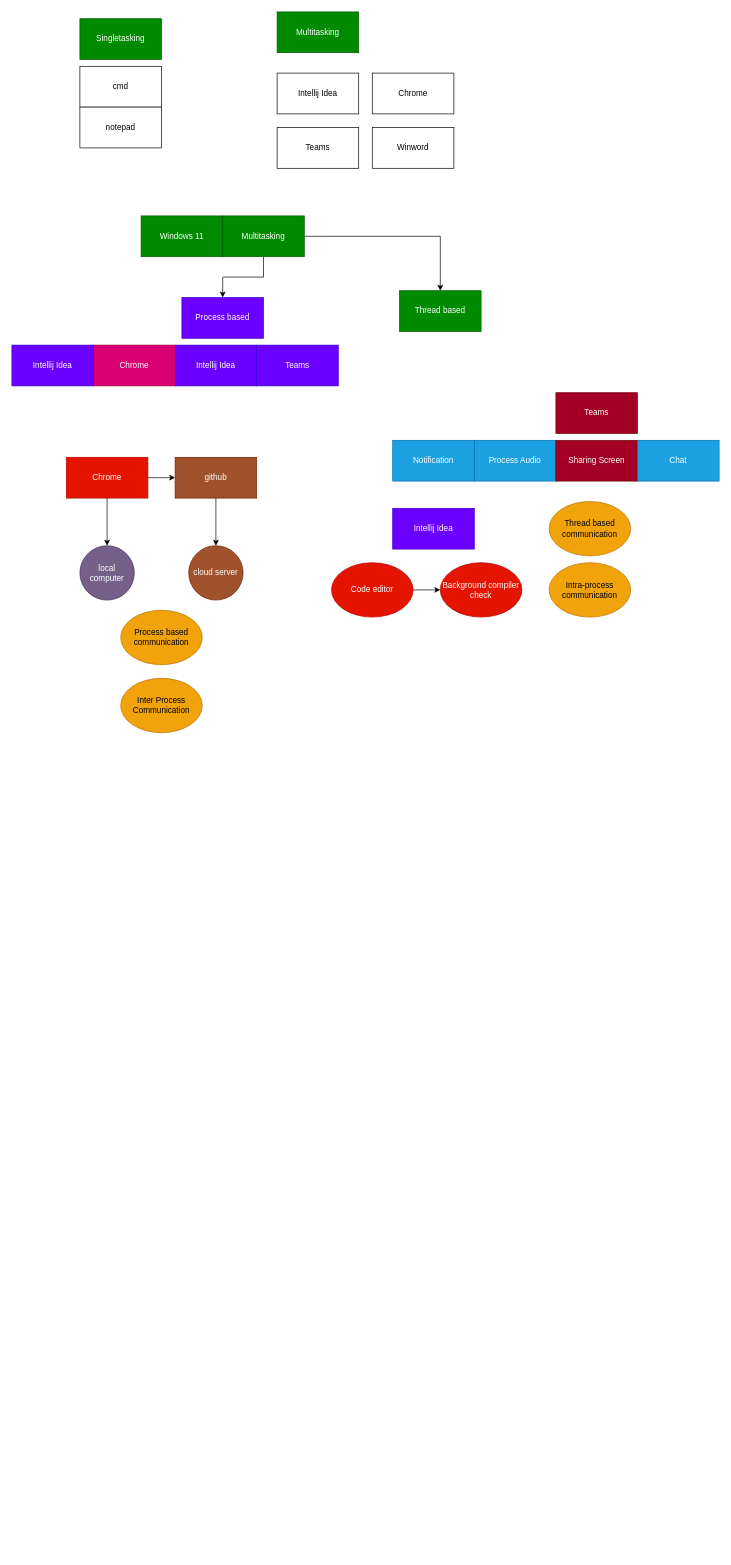
Earlier version of the draw.io diagram page "Multithreading" (12 of 12) of Diagrams/New Features Java.drawio (THRGLO02MAY2025GIT-HUB/THRGLO02MAY2025GIT-REPO). Source tidied: cells renumbered, new cells numbered last; positions are measured from the earlier drawing's top-left corner, leaving out a move shared by most shapes. Both pictures are drawn from the tidied source at 68%, with x=0, y=0 at pixel (12, 12).
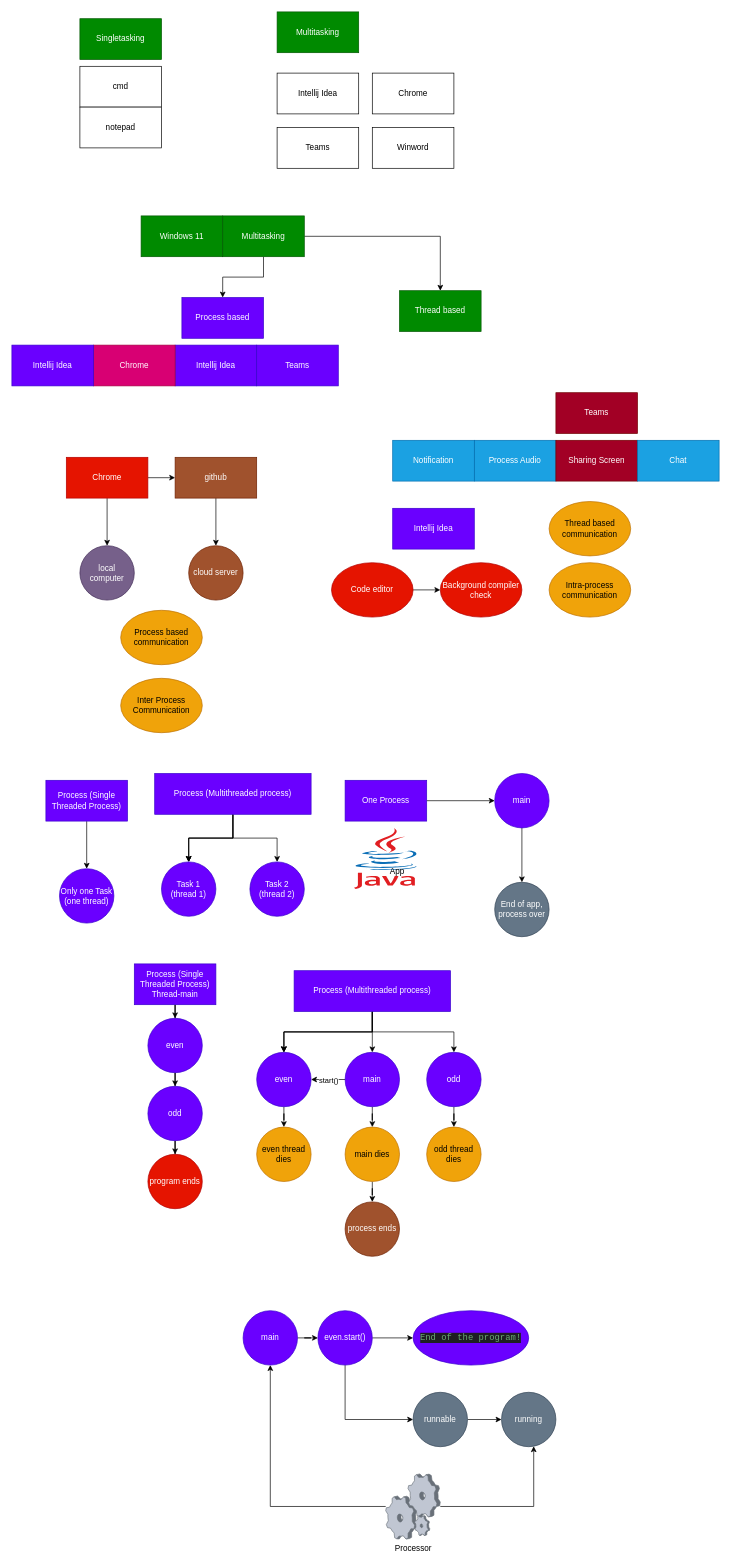
The same diagram, later.

Diff of the diagram source:
```diff
@@
+    <mxCell id="40" style="dashed=0;html=1;align=center;labelPosition=center;verticalLabelPosition=bottom;verticalAlign=top;shape=mxgraph.weblogos.java;" parent="1" vertex="1">
+      <mxGeometry x="503" y="1200" width="94" height="90" as="geometry" />
+    </mxCell>
+    <mxCell id="41" value="App" style="text;strokeColor=none;align=center;fillColor=none;html=1;verticalAlign=middle;whiteSpace=wrap;rounded=0;" parent="1" vertex="1">
+      <mxGeometry x="537" y="1250" width="60" height="30" as="geometry" />
+    </mxCell>
+    <mxCell id="42" style="edgeStyle=orthogonalEdgeStyle;rounded=0;jettySize=auto;html=1;" parent="1" edge="1" source="43" target="55">
+      <mxGeometry relative="1" as="geometry" />
+    </mxCell>
+    <mxCell id="43" value="One Process" style="rounded=0;whiteSpace=wrap;html=1;fillColor=#6a00ff;fontColor=#ffffff;strokeColor=#3700CC;" parent="1" vertex="1">
+      <mxGeometry x="490" y="1130" width="120" height="60" as="geometry" />
+    </mxCell>
+    <mxCell id="44" style="edgeStyle=orthogonalEdgeStyle;rounded=0;jettySize=auto;html=1;" parent="1" edge="1" source="45" target="46">
+      <mxGeometry relative="1" as="geometry" />
+    </mxCell>
+    <mxCell id="45" value="Process (Single Threaded Process)" style="rounded=0;whiteSpace=wrap;html=1;fillColor=#6a00ff;fontColor=#ffffff;strokeColor=#3700CC;" parent="1" vertex="1">
+      <mxGeometry x="50" y="1130" width="120" height="60" as="geometry" />
+    </mxCell>
+    <mxCell id="46" value="Only one Task (one thread)" style="ellipse;whiteSpace=wrap;html=1;fillColor=#6a00ff;strokeColor=#3700CC;fontColor=#ffffff;rounded=0;" parent="1" vertex="1">
+      <mxGeometry x="70" y="1260" width="80" height="80" as="geometry" />
+    </mxCell>
+    <mxCell id="47" style="edgeStyle=orthogonalEdgeStyle;rounded=0;jettySize=auto;html=1;" parent="1" edge="1" source="51" target="52">
+      <mxGeometry relative="1" as="geometry" />
+    </mxCell>
+    <mxCell id="48" style="edgeStyle=orthogonalEdgeStyle;rounded=0;jettySize=auto;html=1;" parent="1" edge="1" source="51" target="52">
+      <mxGeometry relative="1" as="geometry" />
+    </mxCell>
+    <mxCell id="49" style="edgeStyle=orthogonalEdgeStyle;rounded=0;jettySize=auto;html=1;" parent="1" edge="1" source="51" target="52">
+      <mxGeometry relative="1" as="geometry" />
+    </mxCell>
+    <mxCell id="50" style="edgeStyle=orthogonalEdgeStyle;rounded=0;jettySize=auto;html=1;entryX=0.5;entryY=0;entryDx=0;entryDy=0;" parent="1" edge="1" source="51" target="53">
+      <mxGeometry relative="1" as="geometry" />
+    </mxCell>
+    <mxCell id="51" value="Process (Multithreaded process)" style="rounded=0;whiteSpace=wrap;html=1;fillColor=#6a00ff;fontColor=#ffffff;strokeColor=#3700CC;" parent="1" vertex="1">
+      <mxGeometry x="210" y="1120" width="230" height="60" as="geometry" />
+    </mxCell>
+    <mxCell id="52" value="Task 1&lt;div&gt;(thread 1)&lt;/div&gt;" style="ellipse;whiteSpace=wrap;html=1;fillColor=#6a00ff;strokeColor=#3700CC;fontColor=#ffffff;rounded=0;" parent="1" vertex="1">
+      <mxGeometry x="220" y="1250" width="80" height="80" as="geometry" />
+    </mxCell>
+    <mxCell id="53" value="Task 2&lt;div&gt;(thread 2)&lt;/div&gt;" style="ellipse;whiteSpace=wrap;html=1;fillColor=#6a00ff;strokeColor=#3700CC;fontColor=#ffffff;rounded=0;" parent="1" vertex="1">
+      <mxGeometry x="350" y="1250" width="80" height="80" as="geometry" />
+    </mxCell>
+    <mxCell id="54" style="edgeStyle=orthogonalEdgeStyle;rounded=0;jettySize=auto;html=1;" parent="1" edge="1" source="55" target="56">
+      <mxGeometry relative="1" as="geometry" />
+    </mxCell>
+    <mxCell id="55" value="main" style="ellipse;whiteSpace=wrap;html=1;fillColor=#6a00ff;strokeColor=#3700CC;fontColor=#ffffff;rounded=0;" parent="1" vertex="1">
+      <mxGeometry x="710" y="1120" width="80" height="80" as="geometry" />
+    </mxCell>
+    <mxCell id="56" value="End of app, process over" style="ellipse;whiteSpace=wrap;html=1;fillColor=#647687;strokeColor=#314354;fontColor=#ffffff;rounded=0;" parent="1" vertex="1">
+      <mxGeometry x="710" y="1280" width="80" height="80" as="geometry" />
+    </mxCell>
+    <mxCell id="57" style="edgeStyle=orthogonalEdgeStyle;rounded=0;jettySize=auto;html=1;" parent="1" edge="1" source="58" target="60">
+      <mxGeometry relative="1" as="geometry" />
+    </mxCell>
+    <mxCell id="58" value="Process (Single Threaded Process)&lt;div&gt;Thread-main&lt;/div&gt;" style="rounded=0;whiteSpace=wrap;html=1;fillColor=#6a00ff;fontColor=#ffffff;strokeColor=#3700CC;" parent="1" vertex="1">
+      <mxGeometry x="180" y="1400" width="120" height="60" as="geometry" />
+    </mxCell>
+    <mxCell id="59" style="edgeStyle=orthogonalEdgeStyle;rounded=0;jettySize=auto;html=1;" parent="1" edge="1" source="60" target="62">
+      <mxGeometry relative="1" as="geometry" />
+    </mxCell>
+    <mxCell id="60" value="even" style="ellipse;whiteSpace=wrap;html=1;fillColor=#6a00ff;strokeColor=#3700CC;fontColor=#ffffff;rounded=0;" parent="1" vertex="1">
+      <mxGeometry x="200" y="1480" width="80" height="80" as="geometry" />
+    </mxCell>
+    <mxCell id="61" style="edgeStyle=orthogonalEdgeStyle;rounded=0;jettySize=auto;html=1;" parent="1" edge="1" source="62" target="63">
+      <mxGeometry relative="1" as="geometry" />
+    </mxCell>
+    <mxCell id="62" value="odd" style="ellipse;whiteSpace=wrap;html=1;fillColor=#6a00ff;strokeColor=#3700CC;fontColor=#ffffff;rounded=0;" parent="1" vertex="1">
+      <mxGeometry x="200" y="1580" width="80" height="80" as="geometry" />
+    </mxCell>
+    <mxCell id="63" value="program ends" style="ellipse;whiteSpace=wrap;html=1;fillColor=#e51400;strokeColor=#B20000;fontColor=#ffffff;rounded=0;" parent="1" vertex="1">
+      <mxGeometry x="200" y="1680" width="80" height="80" as="geometry" />
+    </mxCell>
+    <mxCell id="64" style="edgeStyle=orthogonalEdgeStyle;rounded=0;jettySize=auto;html=1;" parent="1" edge="1" source="69" target="71">
+      <mxGeometry relative="1" as="geometry" />
+    </mxCell>
+    <mxCell id="65" style="edgeStyle=orthogonalEdgeStyle;rounded=0;jettySize=auto;html=1;" parent="1" edge="1" source="69" target="71">
+      <mxGeometry relative="1" as="geometry" />
+    </mxCell>
+    <mxCell id="66" style="edgeStyle=orthogonalEdgeStyle;rounded=0;jettySize=auto;html=1;" parent="1" edge="1" source="69" target="71">
+      <mxGeometry relative="1" as="geometry" />
+    </mxCell>
+    <mxCell id="67" style="edgeStyle=orthogonalEdgeStyle;rounded=0;jettySize=auto;html=1;entryX=0.5;entryY=0;entryDx=0;entryDy=0;" parent="1" edge="1" source="69" target="75">
+      <mxGeometry relative="1" as="geometry" />
+    </mxCell>
+    <mxCell id="68" style="edgeStyle=orthogonalEdgeStyle;rounded=0;jettySize=auto;html=1;" parent="1" edge="1" source="69" target="77">
+      <mxGeometry relative="1" as="geometry" />
+    </mxCell>
+    <mxCell id="69" value="Process (Multithreaded process)" style="rounded=0;whiteSpace=wrap;html=1;fillColor=#6a00ff;fontColor=#ffffff;strokeColor=#3700CC;" parent="1" vertex="1">
+      <mxGeometry x="415" y="1410" width="230" height="60" as="geometry" />
+    </mxCell>
+    <mxCell id="70" style="edgeStyle=orthogonalEdgeStyle;rounded=0;jettySize=auto;html=1;" parent="1" edge="1" source="71" target="78">
+      <mxGeometry relative="1" as="geometry" />
+    </mxCell>
+    <mxCell id="71" value="even" style="ellipse;whiteSpace=wrap;html=1;fillColor=#6a00ff;strokeColor=#3700CC;fontColor=#ffffff;rounded=0;" parent="1" vertex="1">
+      <mxGeometry x="360" y="1530" width="80" height="80" as="geometry" />
+    </mxCell>
+    <mxCell id="72" style="edgeStyle=orthogonalEdgeStyle;rounded=0;jettySize=auto;html=1;" parent="1" edge="1" source="75" target="81">
+      <mxGeometry relative="1" as="geometry" />
+    </mxCell>
+    <mxCell id="73" style="edgeStyle=orthogonalEdgeStyle;rounded=0;jettySize=auto;html=1;" parent="1" edge="1" source="75" target="71">
+      <mxGeometry relative="1" as="geometry" />
+    </mxCell>
+    <mxCell id="74" value="start()" style="edgeLabel;html=1;align=center;verticalAlign=middle;" parent="73" vertex="1">
+      <mxGeometry relative="1" as="geometry" />
+    </mxCell>
+    <mxCell id="75" value="main" style="ellipse;whiteSpace=wrap;html=1;fillColor=#6a00ff;strokeColor=#3700CC;fontColor=#ffffff;rounded=0;" parent="1" vertex="1">
+      <mxGeometry x="490" y="1530" width="80" height="80" as="geometry" />
+    </mxCell>
+    <mxCell id="76" style="edgeStyle=orthogonalEdgeStyle;rounded=0;jettySize=auto;html=1;" parent="1" edge="1" source="77" target="79">
+      <mxGeometry relative="1" as="geometry" />
+    </mxCell>
+    <mxCell id="77" value="odd" style="ellipse;whiteSpace=wrap;html=1;fillColor=#6a00ff;strokeColor=#3700CC;fontColor=#ffffff;rounded=0;" parent="1" vertex="1">
+      <mxGeometry x="610" y="1530" width="80" height="80" as="geometry" />
+    </mxCell>
+    <mxCell id="78" value="even thread dies" style="ellipse;whiteSpace=wrap;html=1;fillColor=#f0a30a;strokeColor=#BD7000;fontColor=#000000;rounded=0;" parent="1" vertex="1">
+      <mxGeometry x="360" y="1640" width="80" height="80" as="geometry" />
+    </mxCell>
+    <mxCell id="79" value="odd thread dies" style="ellipse;whiteSpace=wrap;html=1;fillColor=#f0a30a;strokeColor=#BD7000;fontColor=#000000;rounded=0;" parent="1" vertex="1">
+      <mxGeometry x="610" y="1640" width="80" height="80" as="geometry" />
+    </mxCell>
+    <mxCell id="80" style="edgeStyle=orthogonalEdgeStyle;rounded=0;jettySize=auto;html=1;" parent="1" edge="1" source="81" target="82">
+      <mxGeometry relative="1" as="geometry" />
+    </mxCell>
+    <mxCell id="81" value="main dies" style="ellipse;whiteSpace=wrap;html=1;fillColor=#f0a30a;strokeColor=#BD7000;fontColor=#000000;rounded=0;" parent="1" vertex="1">
+      <mxGeometry x="490" y="1640" width="80" height="80" as="geometry" />
+    </mxCell>
+    <mxCell id="82" value="process ends" style="ellipse;whiteSpace=wrap;html=1;fillColor=#a0522d;strokeColor=#6D1F00;fontColor=#ffffff;rounded=0;" parent="1" vertex="1">
+      <mxGeometry x="490" y="1750" width="80" height="80" as="geometry" />
+    </mxCell>
+    <mxCell id="83" style="edgeStyle=orthogonalEdgeStyle;rounded=0;jettySize=auto;html=1;entryX=0.5;entryY=1;entryDx=0;entryDy=0;" parent="1" edge="1" source="84" target="86">
+      <mxGeometry relative="1" as="geometry" />
+    </mxCell>
+    <mxCell id="84" value="Processor" style="verticalLabelPosition=bottom;sketch=0;html=1;verticalAlign=top;strokeColor=none;align=center;outlineConnect=0;shape=mxgraph.citrix.process;" parent="1" vertex="1">
+      <mxGeometry x="549.7" y="2150" width="80.3" height="95.8" as="geometry" />
+    </mxCell>
+    <mxCell id="85" style="edgeStyle=orthogonalEdgeStyle;rounded=0;jettySize=auto;html=1;" parent="1" edge="1" source="86" target="89">
+      <mxGeometry relative="1" as="geometry" />
+    </mxCell>
+    <mxCell id="86" value="main" style="ellipse;whiteSpace=wrap;html=1;fillColor=#6a00ff;strokeColor=#3700CC;fontColor=#ffffff;rounded=0;" parent="1" vertex="1">
+      <mxGeometry x="340" y="1910" width="80" height="80" as="geometry" />
+    </mxCell>
+    <mxCell id="87" style="edgeStyle=orthogonalEdgeStyle;rounded=0;jettySize=auto;html=1;" parent="1" edge="1" source="89" target="91">
+      <mxGeometry relative="1" as="geometry">
+        <Array as="points">
+          <mxPoint x="490" y="2070" />
+        </Array>
+      </mxGeometry>
+    </mxCell>
+    <mxCell id="88" style="edgeStyle=orthogonalEdgeStyle;rounded=0;jettySize=auto;html=1;" parent="1" edge="1" source="89" target="93">
+      <mxGeometry relative="1" as="geometry" />
+    </mxCell>
+    <mxCell id="89" value="even.start()" style="ellipse;whiteSpace=wrap;html=1;fillColor=#6a00ff;strokeColor=#3700CC;fontColor=#ffffff;rounded=0;" parent="1" vertex="1">
+      <mxGeometry x="450" y="1910" width="80" height="80" as="geometry" />
+    </mxCell>
+    <mxCell id="90" style="edgeStyle=orthogonalEdgeStyle;rounded=0;jettySize=auto;html=1;" parent="1" edge="1" source="91" target="92">
+      <mxGeometry relative="1" as="geometry" />
+    </mxCell>
+    <mxCell id="91" value="runnable" style="ellipse;whiteSpace=wrap;html=1;fillColor=#647687;strokeColor=#314354;fontColor=#ffffff;rounded=0;" parent="1" vertex="1">
+      <mxGeometry x="590" y="2030" width="80" height="80" as="geometry" />
+    </mxCell>
+    <mxCell id="92" value="running" style="ellipse;whiteSpace=wrap;html=1;fillColor=#647687;strokeColor=#314354;fontColor=#ffffff;rounded=0;" parent="1" vertex="1">
+      <mxGeometry x="720" y="2030" width="80" height="80" as="geometry" />
+    </mxCell>
+    <mxCell id="93" value="&lt;div style=&quot;background-color:#1e1f22;color:#bcbec4&quot;&gt;&lt;pre style=&quot;font-family:'JetBrains Mono',monospace;font-size:9.8pt;&quot;&gt;&lt;span style=&quot;color:#6aab73;&quot;&gt;End of the program!&lt;/span&gt;&lt;/pre&gt;&lt;/div&gt;" style="ellipse;whiteSpace=wrap;html=1;fillColor=#6a00ff;strokeColor=#3700CC;fontColor=#ffffff;rounded=0;" parent="1" vertex="1">
+      <mxGeometry x="590" y="1910" width="170" height="80" as="geometry" />
+    </mxCell>
+    <mxCell id="94" style="edgeStyle=orthogonalEdgeStyle;rounded=0;jettySize=auto;html=1;entryX=0.592;entryY=0.992;entryDx=0;entryDy=0;entryPerimeter=0;" parent="1" edge="1" source="84" target="92">
+      <mxGeometry relative="1" as="geometry" />
+    </mxCell>
```
